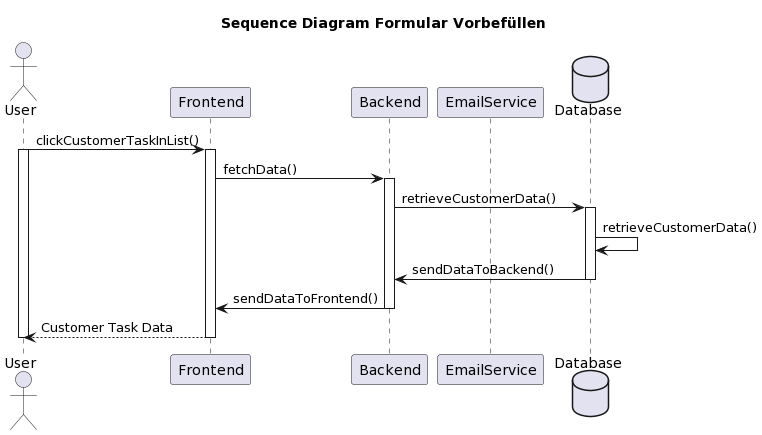
This is IPA/Diagramme/Bilder/Sequenzdiagramm_Formular_Vorbefüllen.png from Draxx7236/IPA-2024, a PlantUML export, as it was before one commit. Its diagram source:
```plantuml
@startuml
title: Sequence Diagram Formular Vorbefüllen

actor User
participant Frontend
participant Backend
participant EmailService
database Database

User -> Frontend: clickCustomerTaskInList()
activate User
activate Frontend
Frontend -> Backend: fetchData()
activate Backend
Backend -> Database: retrieveCustomerData()
activate Database
Database -> Database: retrieveCustomerData()
Database -> Backend: sendDataToBackend()
deactivate Database
Backend -> Frontend: sendDataToFrontend()
deactivate Backend
Frontend--> User: Customer Task Data
deactivate Frontend
deactivate User
@enduml
```
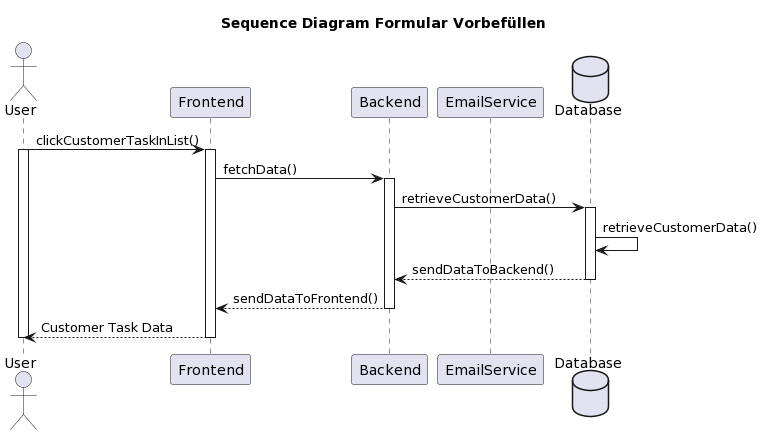
The same file after the commit.

The edit, as a diff of the source:
```diff
@@ -15,11 +15,11 @@
 Backend -> Database: retrieveCustomerData()
 activate Database
 Database -> Database: retrieveCustomerData()
-Database -> Backend: sendDataToBackend()
+Database --> Backend: sendDataToBackend()
 deactivate Database
-Backend -> Frontend: sendDataToFrontend()
+Backend --> Frontend: sendDataToFrontend()
 deactivate Backend
-Frontend--> User: Customer Task Data
+Frontend --> User: Customer Task Data
 deactivate Frontend
 deactivate User
 @enduml
```
